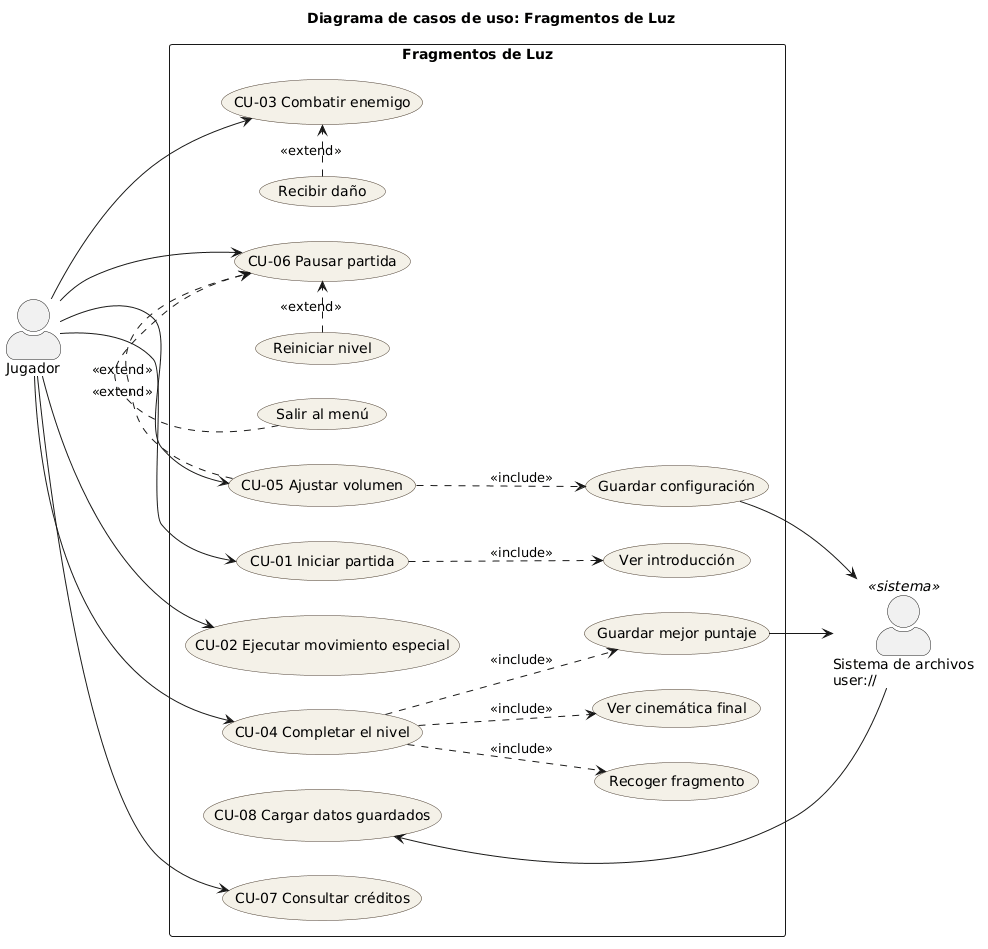
Above: docs/diagramas/casos_de_uso.png in jaider23100/FragmentosDeLuz (PlantUML), before the change.
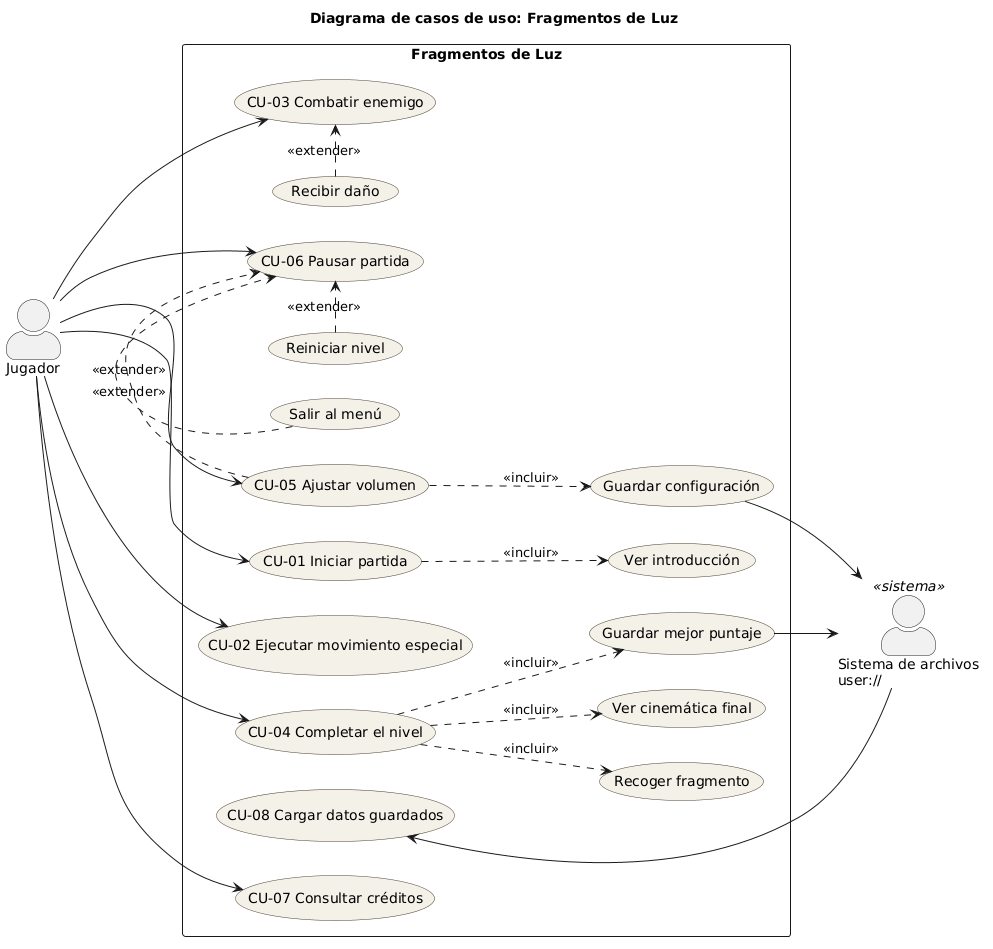
After the commit.

What changed in the source:
```diff
@@ -38,15 +38,15 @@
 J --> CU06
 J --> CU07
 
-CU01 ..> VI : <<include>>
-RD .> CU03 : <<extend>>
-CU04 ..> RF : <<include>>
-CU04 ..> VC : <<include>>
-CU04 ..> GP : <<include>>
-CU05 ..> GC : <<include>>
-RN .> CU06 : <<extend>>
-CU05 .> CU06 : <<extend>>
-SM .> CU06 : <<extend>>
+CU01 ..> VI : <<incluir>>
+RD .> CU03 : <<extender>>
+CU04 ..> RF : <<incluir>>
+CU04 ..> VC : <<incluir>>
+CU04 ..> GP : <<incluir>>
+CU05 ..> GC : <<incluir>>
+RN .> CU06 : <<extender>>
+CU05 .> CU06 : <<extender>>
+SM .> CU06 : <<extender>>
 
 GP --> SA
 GC --> SA
```
